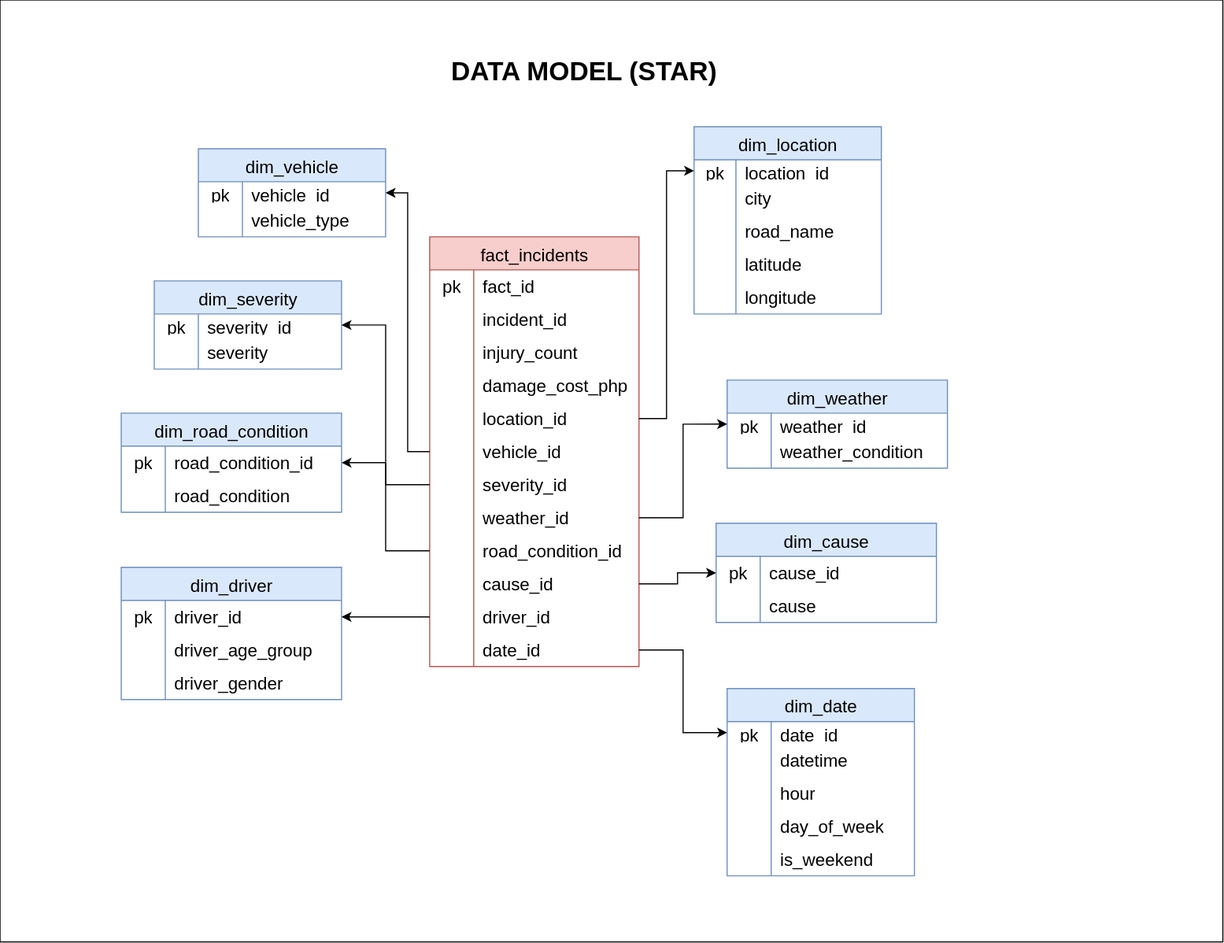
Earlier version of the draw.io export Data Model.svg (regret546/metro-manila-traffic-data-platform). Source tidied: cells renumbered, new cells last; positions are measured from the earlier drawing's top-left corner, leaving out a move shared by most shapes.
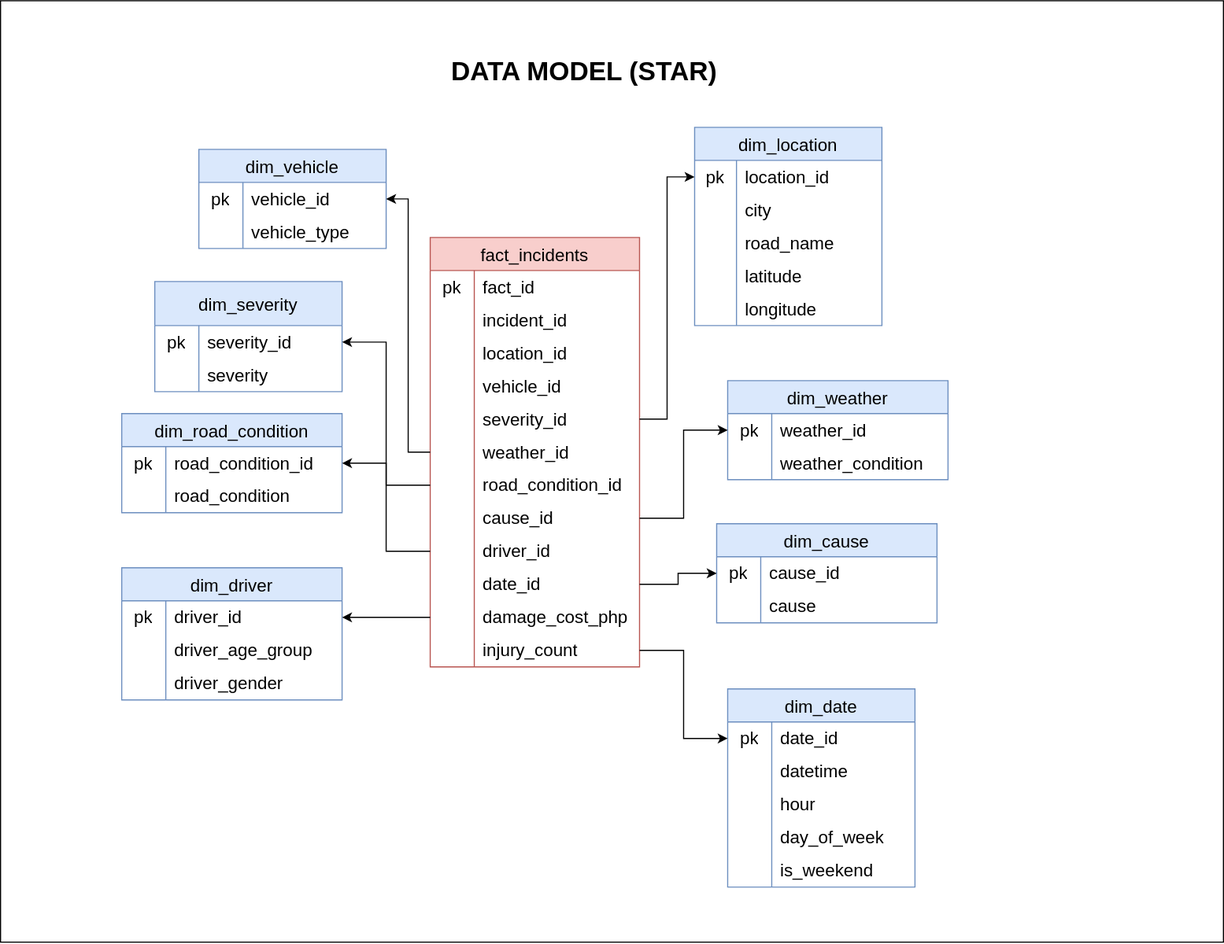
Above is the later version.

Change to the diagram source:
```diff
@@ -40,3 +40,3 @@
     </mxCell>
-    <mxCell id="14" value="injury_count" style="shape=partialRectangle;html=1;whiteSpace=wrap;fillColor=none;top=0;left=0;bottom=0;right=0;align=left;spacingLeft=6;overflow=hidden;strokeColor=inherit;fontSize=16;" parent="12" vertex="1">
+    <mxCell id="14" value="location_id" style="shape=partialRectangle;html=1;whiteSpace=wrap;fillColor=none;top=0;left=0;bottom=0;right=0;align=left;spacingLeft=6;overflow=hidden;strokeColor=inherit;fontSize=16;" parent="12" vertex="1">
       <mxGeometry x="40" width="150" height="30" as="geometry" />
@@ -49,3 +49,3 @@
     </mxCell>
-    <mxCell id="17" value="damage_cost_php" style="shape=partialRectangle;html=1;whiteSpace=wrap;fillColor=none;top=0;left=0;bottom=0;right=0;align=left;spacingLeft=6;overflow=hidden;strokeColor=inherit;fontSize=16;" parent="15" vertex="1">
+    <mxCell id="17" value="vehicle_id" style="shape=partialRectangle;html=1;whiteSpace=wrap;fillColor=none;top=0;left=0;bottom=0;right=0;align=left;spacingLeft=6;overflow=hidden;strokeColor=inherit;fontSize=16;" parent="15" vertex="1">
       <mxGeometry x="40" width="150" height="30" as="geometry" />
@@ -58,3 +58,3 @@
     </mxCell>
-    <mxCell id="20" value="location_id" style="shape=partialRectangle;html=1;whiteSpace=wrap;fillColor=none;top=0;left=0;bottom=0;right=0;align=left;spacingLeft=6;overflow=hidden;strokeColor=inherit;fontSize=16;" parent="18" vertex="1">
+    <mxCell id="20" value="severity_id" style="shape=partialRectangle;html=1;whiteSpace=wrap;fillColor=none;top=0;left=0;bottom=0;right=0;align=left;spacingLeft=6;overflow=hidden;strokeColor=inherit;fontSize=16;" parent="18" vertex="1">
       <mxGeometry x="40" width="150" height="30" as="geometry" />
@@ -67,3 +67,3 @@
     </mxCell>
-    <mxCell id="23" value="vehicle_id" style="shape=partialRectangle;html=1;whiteSpace=wrap;fillColor=none;top=0;left=0;bottom=0;right=0;align=left;spacingLeft=6;overflow=hidden;strokeColor=inherit;fontSize=16;" parent="21" vertex="1">
+    <mxCell id="23" value="weather_id" style="shape=partialRectangle;html=1;whiteSpace=wrap;fillColor=none;top=0;left=0;bottom=0;right=0;align=left;spacingLeft=6;overflow=hidden;strokeColor=inherit;fontSize=16;" parent="21" vertex="1">
       <mxGeometry x="40" width="150" height="30" as="geometry" />
@@ -76,3 +76,3 @@
     </mxCell>
-    <mxCell id="26" value="severity_id" style="shape=partialRectangle;html=1;whiteSpace=wrap;fillColor=none;top=0;left=0;bottom=0;right=0;align=left;spacingLeft=6;overflow=hidden;strokeColor=inherit;fontSize=16;" parent="24" vertex="1">
+    <mxCell id="26" value="road_condition_id" style="shape=partialRectangle;html=1;whiteSpace=wrap;fillColor=none;top=0;left=0;bottom=0;right=0;align=left;spacingLeft=6;overflow=hidden;strokeColor=inherit;fontSize=16;" parent="24" vertex="1">
       <mxGeometry x="40" width="150" height="30" as="geometry" />
@@ -85,3 +85,3 @@
     </mxCell>
-    <mxCell id="29" value="weather_id" style="shape=partialRectangle;html=1;whiteSpace=wrap;fillColor=none;top=0;left=0;bottom=0;right=0;align=left;spacingLeft=6;overflow=hidden;strokeColor=inherit;fontSize=16;" parent="27" vertex="1">
+    <mxCell id="29" value="cause_id" style="shape=partialRectangle;html=1;whiteSpace=wrap;fillColor=none;top=0;left=0;bottom=0;right=0;align=left;spacingLeft=6;overflow=hidden;strokeColor=inherit;fontSize=16;" parent="27" vertex="1">
       <mxGeometry x="40" width="150" height="30" as="geometry" />
@@ -94,3 +94,3 @@
     </mxCell>
-    <mxCell id="32" value="&lt;span style=&quot;text-wrap-mode: nowrap; text-align: center;&quot;&gt;road_condition&lt;/span&gt;_id" style="shape=partialRectangle;html=1;whiteSpace=wrap;fillColor=none;top=0;left=0;bottom=0;right=0;align=left;spacingLeft=6;overflow=hidden;strokeColor=inherit;fontSize=16;" parent="30" vertex="1">
+    <mxCell id="32" value="&lt;div style=&quot;text-align: center;&quot;&gt;&lt;span style=&quot;background-color: transparent; color: light-dark(rgb(0, 0, 0), rgb(255, 255, 255)); text-wrap-mode: nowrap;&quot;&gt;driver_id&lt;/span&gt;&lt;/div&gt;" style="shape=partialRectangle;html=1;whiteSpace=wrap;fillColor=none;top=0;left=0;bottom=0;right=0;align=left;spacingLeft=6;overflow=hidden;strokeColor=inherit;fontSize=16;" parent="30" vertex="1">
       <mxGeometry x="40" width="150" height="30" as="geometry" />
@@ -103,3 +103,3 @@
     </mxCell>
-    <mxCell id="35" value="&lt;span style=&quot;text-align: center; text-wrap-mode: nowrap;&quot;&gt;cause_id&lt;/span&gt;" style="shape=partialRectangle;html=1;whiteSpace=wrap;fillColor=none;top=0;left=0;bottom=0;right=0;align=left;spacingLeft=6;overflow=hidden;strokeColor=inherit;fontSize=16;" parent="33" vertex="1">
+    <mxCell id="35" value="&lt;span style=&quot;text-align: center; text-wrap-mode: nowrap;&quot;&gt;date_id&lt;/span&gt;" style="shape=partialRectangle;html=1;whiteSpace=wrap;fillColor=none;top=0;left=0;bottom=0;right=0;align=left;spacingLeft=6;overflow=hidden;strokeColor=inherit;fontSize=16;" parent="33" vertex="1">
       <mxGeometry x="40" width="150" height="30" as="geometry" />
@@ -112,3 +112,3 @@
     </mxCell>
-    <mxCell id="38" value="&lt;span style=&quot;text-align: center; text-wrap-mode: nowrap;&quot;&gt;driver_id&lt;/span&gt;" style="shape=partialRectangle;html=1;whiteSpace=wrap;fillColor=none;top=0;left=0;bottom=0;right=0;align=left;spacingLeft=6;overflow=hidden;strokeColor=inherit;fontSize=16;" parent="36" vertex="1">
+    <mxCell id="38" value="&lt;span style=&quot;text-align: center; text-wrap-mode: nowrap;&quot;&gt;damage_cost_php&lt;/span&gt;" style="shape=partialRectangle;html=1;whiteSpace=wrap;fillColor=none;top=0;left=0;bottom=0;right=0;align=left;spacingLeft=6;overflow=hidden;strokeColor=inherit;fontSize=16;" parent="36" vertex="1">
       <mxGeometry x="40" width="150" height="30" as="geometry" />
@@ -121,3 +121,3 @@
     </mxCell>
-    <mxCell id="41" value="date_id" style="shape=partialRectangle;html=1;whiteSpace=wrap;fillColor=none;top=0;left=0;bottom=0;right=0;align=left;spacingLeft=6;overflow=hidden;strokeColor=inherit;fontSize=16;" parent="39" vertex="1">
+    <mxCell id="41" value="injury_count" style="shape=partialRectangle;html=1;whiteSpace=wrap;fillColor=none;top=0;left=0;bottom=0;right=0;align=left;spacingLeft=6;overflow=hidden;strokeColor=inherit;fontSize=16;" parent="39" vertex="1">
       <mxGeometry x="40" width="150" height="30" as="geometry" />
@@ -125,15 +125,15 @@
     <mxCell id="42" value="dim_location" style="shape=table;startSize=30;rowLines=0;fontStyle=0;strokeColor=#6c8ebf;fontSize=16;fillColor=#dae8fc;" parent="3" vertex="1">
-      <mxGeometry x="520" y="70" width="170" height="170" as="geometry" />
+      <mxGeometry x="520" y="70" width="170" height="180" as="geometry" />
     </mxCell>
     <mxCell id="43" style="shape=tableRow;horizontal=0;startSize=0;swimlaneHead=0;swimlaneBody=0;top=0;left=0;bottom=0;right=0;fillColor=none;points=[[0,0.5],[1,0.5]];portConstraint=eastwest;strokeColor=inherit;fontSize=16;" parent="42" vertex="1">
-      <mxGeometry y="30" width="170" height="20" as="geometry" />
+      <mxGeometry y="30" width="170" height="30" as="geometry" />
     </mxCell>
     <mxCell id="44" value="pk" style="shape=partialRectangle;html=1;whiteSpace=wrap;fillColor=none;top=0;left=0;bottom=0;right=0;overflow=hidden;strokeColor=inherit;fontSize=16;" parent="43" vertex="1">
-      <mxGeometry width="38" height="20" as="geometry" />
+      <mxGeometry width="38" height="30" as="geometry" />
     </mxCell>
     <mxCell id="45" value="location_id" style="shape=partialRectangle;html=1;whiteSpace=wrap;fillColor=none;top=0;left=0;bottom=0;right=0;align=left;spacingLeft=6;overflow=hidden;strokeColor=inherit;fontSize=16;" parent="43" vertex="1">
-      <mxGeometry x="38" width="132" height="20" as="geometry" />
+      <mxGeometry x="38" width="132" height="30" as="geometry" />
     </mxCell>
     <mxCell id="46" style="shape=tableRow;horizontal=0;startSize=0;swimlaneHead=0;swimlaneBody=0;top=0;left=0;bottom=0;right=0;fillColor=none;strokeColor=inherit;fontSize=16;" parent="42" vertex="1">
-      <mxGeometry y="50" width="170" height="30" as="geometry" />
+      <mxGeometry y="60" width="170" height="30" as="geometry" />
     </mxCell>
@@ -146,3 +146,3 @@
     <mxCell id="49" style="shape=tableRow;horizontal=0;startSize=0;swimlaneHead=0;swimlaneBody=0;top=0;left=0;bottom=0;right=0;fillColor=none;strokeColor=inherit;fontSize=16;" parent="42" vertex="1">
-      <mxGeometry y="80" width="170" height="30" as="geometry" />
+      <mxGeometry y="90" width="170" height="30" as="geometry" />
     </mxCell>
@@ -155,3 +155,3 @@
     <mxCell id="52" style="shape=tableRow;horizontal=0;startSize=0;swimlaneHead=0;swimlaneBody=0;top=0;left=0;bottom=0;right=0;fillColor=none;strokeColor=inherit;fontSize=16;" parent="42" vertex="1">
-      <mxGeometry y="110" width="170" height="30" as="geometry" />
+      <mxGeometry y="120" width="170" height="30" as="geometry" />
     </mxCell>
@@ -164,3 +164,3 @@
     <mxCell id="55" style="shape=tableRow;horizontal=0;startSize=0;swimlaneHead=0;swimlaneBody=0;top=0;left=0;bottom=0;right=0;fillColor=none;strokeColor=inherit;fontSize=16;" parent="42" vertex="1">
-      <mxGeometry y="140" width="170" height="30" as="geometry" />
+      <mxGeometry y="150" width="170" height="30" as="geometry" />
     </mxCell>
@@ -176,15 +176,15 @@
     <mxCell id="59" value="dim_vehicle" style="shape=table;startSize=30;rowLines=0;fontStyle=0;strokeColor=#6c8ebf;fontSize=16;fillColor=#dae8fc;" parent="3" vertex="1">
-      <mxGeometry x="70" y="90" width="170" height="80" as="geometry" />
+      <mxGeometry x="70" y="90" width="170" height="90" as="geometry" />
     </mxCell>
     <mxCell id="60" style="shape=tableRow;horizontal=0;startSize=0;swimlaneHead=0;swimlaneBody=0;top=0;left=0;bottom=0;right=0;fillColor=none;points=[[0,0.5],[1,0.5]];portConstraint=eastwest;strokeColor=inherit;fontSize=16;" parent="59" vertex="1">
-      <mxGeometry y="30" width="170" height="20" as="geometry" />
+      <mxGeometry y="30" width="170" height="30" as="geometry" />
     </mxCell>
     <mxCell id="61" value="pk" style="shape=partialRectangle;html=1;whiteSpace=wrap;fillColor=none;top=0;left=0;bottom=0;right=0;overflow=hidden;strokeColor=inherit;fontSize=16;" parent="60" vertex="1">
-      <mxGeometry width="40" height="20" as="geometry" />
+      <mxGeometry width="40" height="30" as="geometry" />
     </mxCell>
     <mxCell id="62" value="vehicle_id" style="shape=partialRectangle;html=1;whiteSpace=wrap;fillColor=none;top=0;left=0;bottom=0;right=0;align=left;spacingLeft=6;overflow=hidden;strokeColor=inherit;fontSize=16;" parent="60" vertex="1">
-      <mxGeometry x="40" width="130" height="20" as="geometry" />
+      <mxGeometry x="40" width="130" height="30" as="geometry" />
     </mxCell>
     <mxCell id="63" style="shape=tableRow;horizontal=0;startSize=0;swimlaneHead=0;swimlaneBody=0;top=0;left=0;bottom=0;right=0;fillColor=none;strokeColor=inherit;fontSize=16;" parent="59" vertex="1">
-      <mxGeometry y="50" width="170" height="30" as="geometry" />
+      <mxGeometry y="60" width="170" height="30" as="geometry" />
     </mxCell>
@@ -199,16 +199,16 @@
     </mxCell>
-    <mxCell id="67" value="dim_severity" style="shape=table;startSize=30;rowLines=0;fontStyle=0;strokeColor=#6c8ebf;fontSize=16;fillColor=#dae8fc;" parent="3" vertex="1">
-      <mxGeometry x="30" y="210" width="170" height="80" as="geometry" />
+    <mxCell id="67" value="dim_severity" style="shape=table;startSize=40;rowLines=0;fontStyle=0;strokeColor=#6c8ebf;fontSize=16;fillColor=#dae8fc;" parent="3" vertex="1">
+      <mxGeometry x="30" y="210" width="170" height="100" as="geometry" />
     </mxCell>
     <mxCell id="68" style="shape=tableRow;horizontal=0;startSize=0;swimlaneHead=0;swimlaneBody=0;top=0;left=0;bottom=0;right=0;fillColor=none;points=[[0,0.5],[1,0.5]];portConstraint=eastwest;strokeColor=inherit;fontSize=16;" parent="67" vertex="1">
-      <mxGeometry y="30" width="170" height="20" as="geometry" />
+      <mxGeometry y="40" width="170" height="30" as="geometry" />
     </mxCell>
     <mxCell id="69" value="pk" style="shape=partialRectangle;html=1;whiteSpace=wrap;fillColor=none;top=0;left=0;bottom=0;right=0;overflow=hidden;strokeColor=inherit;fontSize=16;" parent="68" vertex="1">
-      <mxGeometry width="40" height="20" as="geometry" />
+      <mxGeometry width="40" height="30" as="geometry" />
     </mxCell>
     <mxCell id="70" value="severity_id" style="shape=partialRectangle;html=1;whiteSpace=wrap;fillColor=none;top=0;left=0;bottom=0;right=0;align=left;spacingLeft=6;overflow=hidden;strokeColor=inherit;fontSize=16;" parent="68" vertex="1">
-      <mxGeometry x="40" width="130" height="20" as="geometry" />
+      <mxGeometry x="40" width="130" height="30" as="geometry" />
     </mxCell>
     <mxCell id="71" style="shape=tableRow;horizontal=0;startSize=0;swimlaneHead=0;swimlaneBody=0;top=0;left=0;bottom=0;right=0;fillColor=none;strokeColor=inherit;fontSize=16;" parent="67" vertex="1">
-      <mxGeometry y="50" width="170" height="30" as="geometry" />
+      <mxGeometry y="70" width="170" height="30" as="geometry" />
     </mxCell>
@@ -224,15 +224,15 @@
     <mxCell id="75" value="dim_weather" style="shape=table;startSize=30;rowLines=0;fontStyle=0;strokeColor=#6c8ebf;fontSize=16;fillColor=#dae8fc;" parent="3" vertex="1">
-      <mxGeometry x="550" y="300" width="200" height="80" as="geometry" />
+      <mxGeometry x="550" y="300" width="200" height="90" as="geometry" />
     </mxCell>
     <mxCell id="76" style="shape=tableRow;horizontal=0;startSize=0;swimlaneHead=0;swimlaneBody=0;top=0;left=0;bottom=0;right=0;fillColor=none;points=[[0,0.5],[1,0.5]];portConstraint=eastwest;strokeColor=inherit;fontSize=16;" parent="75" vertex="1">
-      <mxGeometry y="30" width="200" height="20" as="geometry" />
+      <mxGeometry y="30" width="200" height="30" as="geometry" />
     </mxCell>
     <mxCell id="77" value="pk" style="shape=partialRectangle;html=1;whiteSpace=wrap;fillColor=none;top=0;left=0;bottom=0;right=0;overflow=hidden;strokeColor=inherit;fontSize=16;" parent="76" vertex="1">
-      <mxGeometry width="40" height="20" as="geometry" />
+      <mxGeometry width="40" height="30" as="geometry" />
     </mxCell>
     <mxCell id="78" value="weather_id" style="shape=partialRectangle;html=1;whiteSpace=wrap;fillColor=none;top=0;left=0;bottom=0;right=0;align=left;spacingLeft=6;overflow=hidden;strokeColor=inherit;fontSize=16;" parent="76" vertex="1">
-      <mxGeometry x="40" width="160" height="20" as="geometry" />
+      <mxGeometry x="40" width="160" height="30" as="geometry" />
     </mxCell>
     <mxCell id="79" style="shape=tableRow;horizontal=0;startSize=0;swimlaneHead=0;swimlaneBody=0;top=0;left=0;bottom=0;right=0;fillColor=none;strokeColor=inherit;fontSize=16;" parent="75" vertex="1">
-      <mxGeometry y="50" width="200" height="30" as="geometry" />
+      <mxGeometry y="60" width="200" height="30" as="geometry" />
     </mxCell>
@@ -329,15 +329,15 @@
     <mxCell id="110" value="dim_date" style="shape=table;startSize=30;rowLines=0;fontStyle=0;strokeColor=#6c8ebf;fontSize=16;fillColor=#dae8fc;" parent="3" vertex="1">
-      <mxGeometry x="550" y="580" width="170" height="170" as="geometry" />
+      <mxGeometry x="550" y="580" width="170" height="180" as="geometry" />
     </mxCell>
     <mxCell id="111" style="shape=tableRow;horizontal=0;startSize=0;swimlaneHead=0;swimlaneBody=0;top=0;left=0;bottom=0;right=0;fillColor=none;points=[[0,0.5],[1,0.5]];portConstraint=eastwest;strokeColor=inherit;fontSize=16;" parent="110" vertex="1">
-      <mxGeometry y="30" width="170" height="20" as="geometry" />
+      <mxGeometry y="30" width="170" height="30" as="geometry" />
     </mxCell>
     <mxCell id="112" value="pk" style="shape=partialRectangle;html=1;whiteSpace=wrap;fillColor=none;top=0;left=0;bottom=0;right=0;overflow=hidden;strokeColor=inherit;fontSize=16;" parent="111" vertex="1">
-      <mxGeometry width="40" height="20" as="geometry" />
+      <mxGeometry width="40" height="30" as="geometry" />
     </mxCell>
     <mxCell id="113" value="date_id" style="shape=partialRectangle;html=1;whiteSpace=wrap;fillColor=none;top=0;left=0;bottom=0;right=0;align=left;spacingLeft=6;overflow=hidden;strokeColor=inherit;fontSize=16;" parent="111" vertex="1">
-      <mxGeometry x="40" width="130" height="20" as="geometry" />
+      <mxGeometry x="40" width="130" height="30" as="geometry" />
     </mxCell>
     <mxCell id="114" style="shape=tableRow;horizontal=0;startSize=0;swimlaneHead=0;swimlaneBody=0;top=0;left=0;bottom=0;right=0;fillColor=none;strokeColor=inherit;fontSize=16;" parent="110" vertex="1">
-      <mxGeometry y="50" width="170" height="30" as="geometry" />
+      <mxGeometry y="60" width="170" height="30" as="geometry" />
     </mxCell>
@@ -350,3 +350,3 @@
     <mxCell id="117" style="shape=tableRow;horizontal=0;startSize=0;swimlaneHead=0;swimlaneBody=0;top=0;left=0;bottom=0;right=0;fillColor=none;strokeColor=inherit;fontSize=16;" parent="110" vertex="1">
-      <mxGeometry y="80" width="170" height="30" as="geometry" />
+      <mxGeometry y="90" width="170" height="30" as="geometry" />
     </mxCell>
@@ -359,3 +359,3 @@
     <mxCell id="120" style="shape=tableRow;horizontal=0;startSize=0;swimlaneHead=0;swimlaneBody=0;top=0;left=0;bottom=0;right=0;fillColor=none;strokeColor=inherit;fontSize=16;" parent="110" vertex="1">
-      <mxGeometry y="110" width="170" height="30" as="geometry" />
+      <mxGeometry y="120" width="170" height="30" as="geometry" />
     </mxCell>
@@ -368,3 +368,3 @@
     <mxCell id="123" style="shape=tableRow;horizontal=0;startSize=0;swimlaneHead=0;swimlaneBody=0;top=0;left=0;bottom=0;right=0;fillColor=none;strokeColor=inherit;fontSize=16;" parent="110" vertex="1">
-      <mxGeometry y="140" width="170" height="30" as="geometry" />
+      <mxGeometry y="150" width="170" height="30" as="geometry" />
     </mxCell>
```
